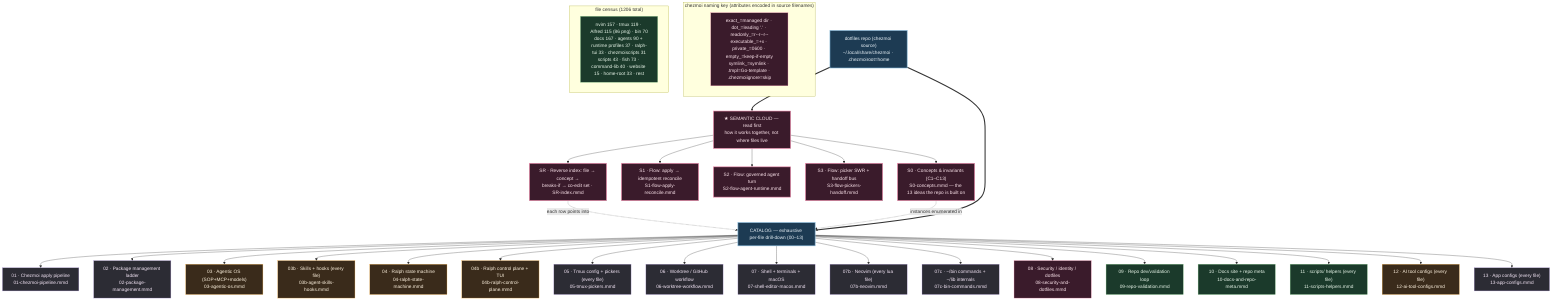
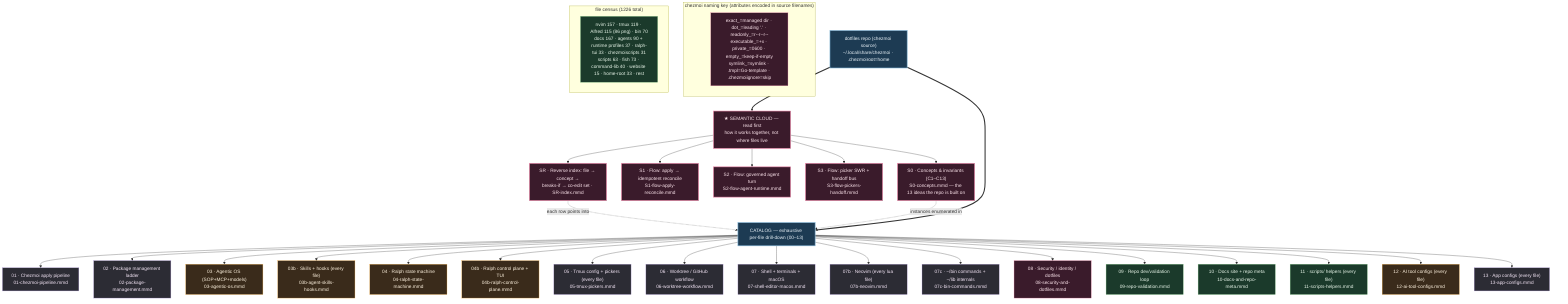
%% ============================================================================
%% 00-overview.mmd — Master navigation map for kapral18/dotfiles
%% TWO LAYERS:
%%   SEMANTIC CLOUD (read first) — how the system THINKS: concepts+invariants
%%     (S0), cross-cutting flows (S1/S2/S3), and a reverse index (SR) that maps
%%     any file to its concept, blast radius, and co-edit set.
%%   CATALOG (drill-down) — how the system is LAID OUT: 00-13 enumerate every
- %%     one of the 1206 tracked files by exact chezmoi source path.
+ %%     one of the 1226 tracked files by exact chezmoi source path.
%% `home/` is chezmoi source deployed to $HOME; scripts/tools/website/docs are
%% repo-side (NOT deployed). Each node → a deeper .mmd.
%% ============================================================================
graph TD
    classDef entry fill:#1d3b53,stroke:#7fb3d5,color:#eaf2f8,stroke-width:2px;
    classDef sys fill:#2c2c34,stroke:#b39ddb,color:#f3e5f5;
    classDef ai fill:#3a2b1b,stroke:#ffb74d,color:#fff3e0;
    classDef repo fill:#1b3a2b,stroke:#81c784,color:#e8f5e9;
    classDef data fill:#3a1b2b,stroke:#f48fb1,color:#fce4ec;
    classDef sem fill:#3a1b2b,stroke:#f48fb1,color:#fce4ec,stroke-width:2px;

    ROOT["dotfiles repo (chezmoi source)<br/>~/.local/share/chezmoi · .chezmoiroot=home"]:::entry

    %% ---- SEMANTIC LAYER (read before the catalog) --------------------------
    ROOT ==> SEMHEAD["★ SEMANTIC CLOUD — read first<br/>how it works together, not where files live"]:::sem
    SEMHEAD --> S0["S0 · Concepts & invariants (C1–C13)<br/>S0-concepts.mmd — the 13 ideas the repo is built on"]:::sem
    SEMHEAD --> S1["S1 · Flow: apply → idempotent reconcile<br/>S1-flow-apply-reconcile.mmd"]:::sem
    SEMHEAD --> S2["S2 · Flow: governed agent turn<br/>S2-flow-agent-runtime.mmd"]:::sem
    SEMHEAD --> S3["S3 · Flow: picker SWR + handoff bus<br/>S3-flow-pickers-handoff.mmd"]:::sem
    SEMHEAD --> SR["SR · Reverse index: file → concept →<br/>breaks-if → co-edit set · SR-index.mmd"]:::sem
    SR -. "each row points into" .-> CATHEAD
    S0 -. "instances enumerated in" .-> CATHEAD

    %% ---- CATALOG LAYER (exhaustive per-file drill-down) --------------------
    ROOT ==> CATHEAD["CATALOG — exhaustive per-file drill-down (00–13)"]:::entry

    CATHEAD --> CZ["01 · Chezmoi apply pipeline<br/>01-chezmoi-pipeline.mmd"]:::sys
    CATHEAD --> PKG["02 · Package management ladder<br/>02-package-management.mmd"]:::sys
    CATHEAD --> AIOS["03 · Agentic OS (SOP+MCP+models)<br/>03-agentic-os.mmd"]:::ai
    CATHEAD --> SKILLS["03b · Skills + hooks (every file)<br/>03b-agent-skills-hooks.mmd"]:::ai
    CATHEAD --> RALPH["04 · Ralph state machine<br/>04-ralph-state-machine.mmd"]:::ai
    CATHEAD --> RALPHCP["04b · Ralph control plane + TUI<br/>04b-ralph-control-plane.mmd"]:::ai
    CATHEAD --> TMUX["05 · Tmux config + pickers (every file)<br/>05-tmux-pickers.mmd"]:::sys
    CATHEAD --> WT["06 · Worktree / GitHub workflow<br/>06-worktree-workflow.mmd"]:::sys
    CATHEAD --> SEM["07 · Shell + terminals + macOS<br/>07-shell-editor-macos.mmd"]:::sys
    CATHEAD --> NVIM["07b · Neovim (every lua file)<br/>07b-neovim.mmd"]:::sys
    CATHEAD --> BIN["07c · ~/bin commands + ~/lib internals<br/>07c-bin-commands.mmd"]:::sys
    CATHEAD --> SEC["08 · Security / identity / dotfiles<br/>08-security-and-dotfiles.mmd"]:::data
    CATHEAD --> VAL["09 · Repo dev/validation loop<br/>09-repo-validation.mmd"]:::repo
    CATHEAD --> DOCS["10 · Docs site + repo meta<br/>10-docs-and-repo-meta.mmd"]:::repo
    CATHEAD --> SCRIPTS["11 · scripts/ helpers (every file)<br/>11-scripts-helpers.mmd"]:::repo
    CATHEAD --> AICFG["12 · AI tool configs (every file)<br/>12-ai-tool-configs.mmd"]:::ai
    CATHEAD --> APPS["13 · App configs (every file)<br/>13-app-configs.mmd"]:::sys

    subgraph KEY["chezmoi naming key (attributes encoded in source filenames)"]
        K1["exact_=managed dir · dot_=leading '.' · readonly_=r--r--r--<br/>executable_=+x · private_=0600 · empty_=keep-if-empty<br/>symlink_=symlink · .tmpl=Go-template · .chezmoiignore=skip"]:::data
    end

-     subgraph COUNTS["file census (1206 total)"]
-         C1["nvim 157 · tmux 119 · Alfred 115 (86 png) · bin 70<br/>docs 167 · agents 90 + runtime profiles 37 · ralph-tui 33 · chezmoiscripts 31<br/>scripts 43 · fish 73 · command-lib 40 · website 15 · home-root 33 · rest"]:::repo
+     subgraph COUNTS["file census (1226 total)"]
+         C1["nvim 157 · tmux 119 · Alfred 115 (86 png) · bin 70<br/>docs 167 · agents 90 + runtime profiles 37 · ralph-tui 33 · chezmoiscripts 31<br/>scripts 63 · fish 73 · command-lib 40 · website 15 · home-root 33 · rest"]:::repo
    end
